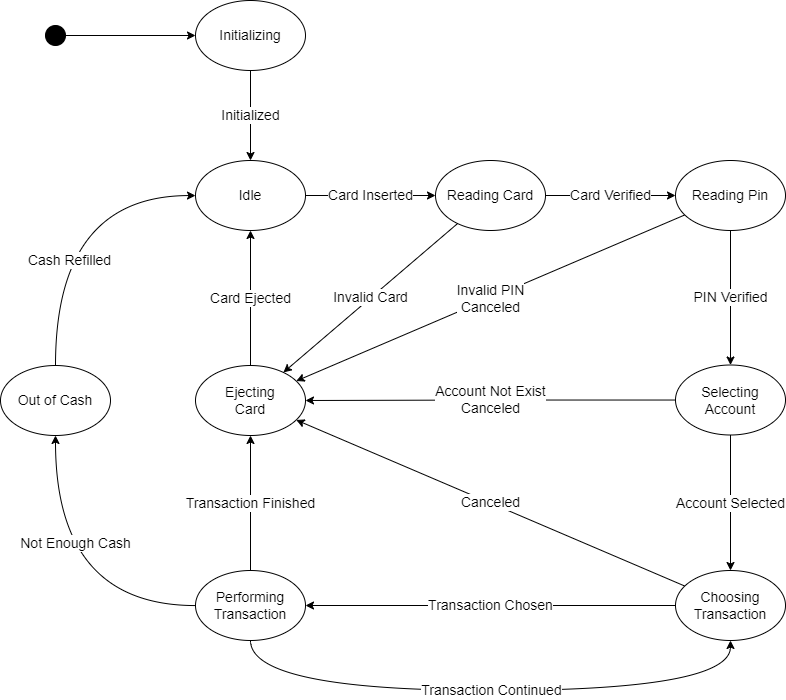
siwook-choi/MyAtmMachine keeps this draw.io diagram as figures/AtmState.png. Above is the earlier version. Source tidied: cells renumbered, new cells last; positions are measured from the earlier drawing's top-left corner, leaving out a move shared by most shapes.
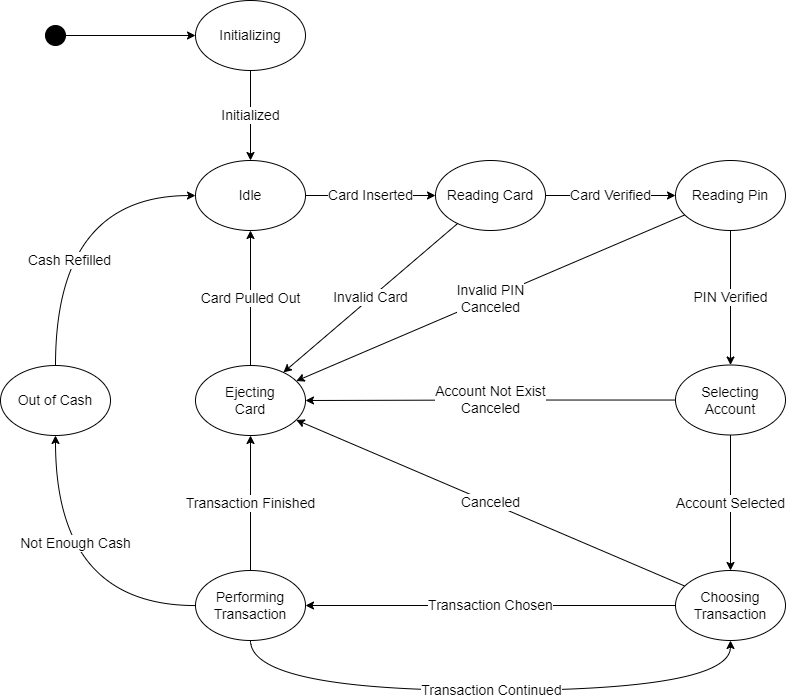
After the change.

Change to the diagram source:
```diff
@@ -44,7 +44,7 @@
     <mxCell id="15" value="Choosing&lt;br style=&quot;font-size: 14px;&quot;&gt;Transaction" style="ellipse;whiteSpace=wrap;html=1;fontSize=14;" parent="1" vertex="1">
       <mxGeometry x="675" y="570" width="110" height="70" as="geometry" />
     </mxCell>
-    <mxCell id="16" value="Card Ejected" style="rounded=0;jettySize=auto;html=1;fontSize=14;" parent="1" edge="1" source="17" target="3">
+    <mxCell id="16" value="Card Pulled Out" style="rounded=0;jettySize=auto;html=1;fontSize=14;" parent="1" edge="1" source="17" target="3">
       <mxGeometry relative="1" as="geometry" />
     </mxCell>
     <mxCell id="17" value="Ejecting&lt;br style=&quot;font-size: 14px;&quot;&gt;Card" style="ellipse;whiteSpace=wrap;html=1;fontSize=14;" parent="1" vertex="1">
```
